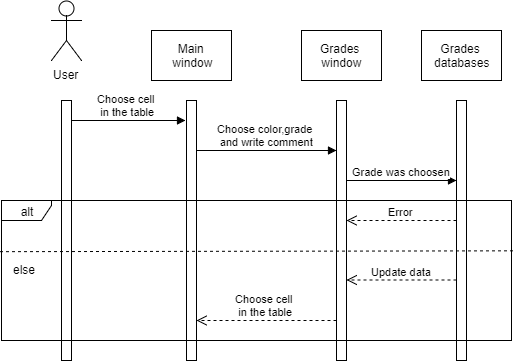
DanyaHDanny/UniversityFacemash keeps this draw.io diagram as docs/Diagramms/Sequence/sequence5.png. Above is the earlier version. Source tidied: cells renumbered, new cells last; positions are measured from the earlier drawing's top-left corner, leaving out a move shared by most shapes.
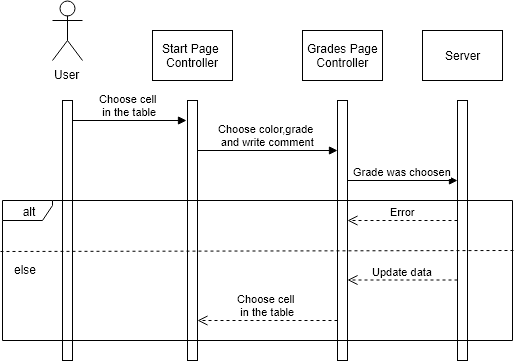
The same diagram one commit later.

Change to the diagram source:
```diff
@@ -8,13 +8,13 @@
     <mxCell id="3" style="html=1;perimeter=orthogonalPerimeter;" parent="1" vertex="1">
       <mxGeometry x="60" y="100" width="10" height="260" as="geometry" />
     </mxCell>
-    <mxCell id="4" value="Main&lt;br&gt;&amp;nbsp;window" style="html=1;" parent="1" vertex="1">
+    <mxCell id="4" value="Start Page&amp;nbsp;&lt;br&gt;Controller&lt;br&gt;" style="html=1;" parent="1" vertex="1">
       <mxGeometry x="150" y="30" width="80" height="50" as="geometry" />
     </mxCell>
     <mxCell id="5" style="html=1;points=[];perimeter=orthogonalPerimeter;" parent="1" vertex="1">
       <mxGeometry x="185" y="100" width="10" height="260" as="geometry" />
     </mxCell>
-    <mxCell id="6" value="Grades&amp;nbsp;&lt;br&gt;window&lt;br&gt;" style="html=1;" parent="1" vertex="1">
+    <mxCell id="6" value="Grades Page&lt;br&gt;Controller&lt;br&gt;" style="html=1;" parent="1" vertex="1">
       <mxGeometry x="300" y="30" width="80" height="50" as="geometry" />
     </mxCell>
     <mxCell id="7" style="html=1;points=[];perimeter=orthogonalPerimeter;" parent="1" vertex="1">
@@ -32,7 +32,7 @@
         <mxPoint x="335" y="150" as="targetPoint" />
       </mxGeometry>
     </mxCell>
-    <mxCell id="10" value="Grades&amp;nbsp;&lt;br&gt;databases&lt;br&gt;" style="html=1;" parent="1" vertex="1">
+    <mxCell id="10" value="Server&lt;br&gt;" style="html=1;" parent="1" vertex="1">
       <mxGeometry x="420" y="30" width="80" height="50" as="geometry" />
     </mxCell>
     <mxCell id="11" style="html=1;perimeter=orthogonalPerimeter;" parent="1" vertex="1">
```
